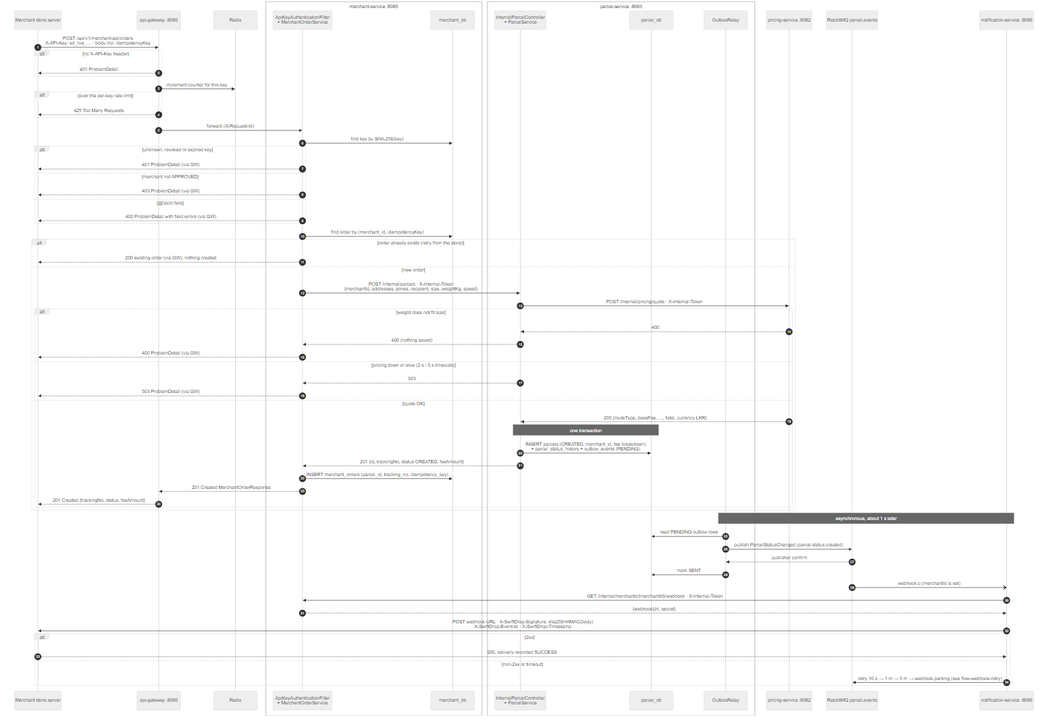
Earlier version of the Mermaid export docs/diagrams/sequence/seq-merchant-api-order.png (Sachintha-dilshan49/SwiftDrop). Its source is kept beside it as docs/diagrams/sequence/seq-merchant-api-order.mmd.
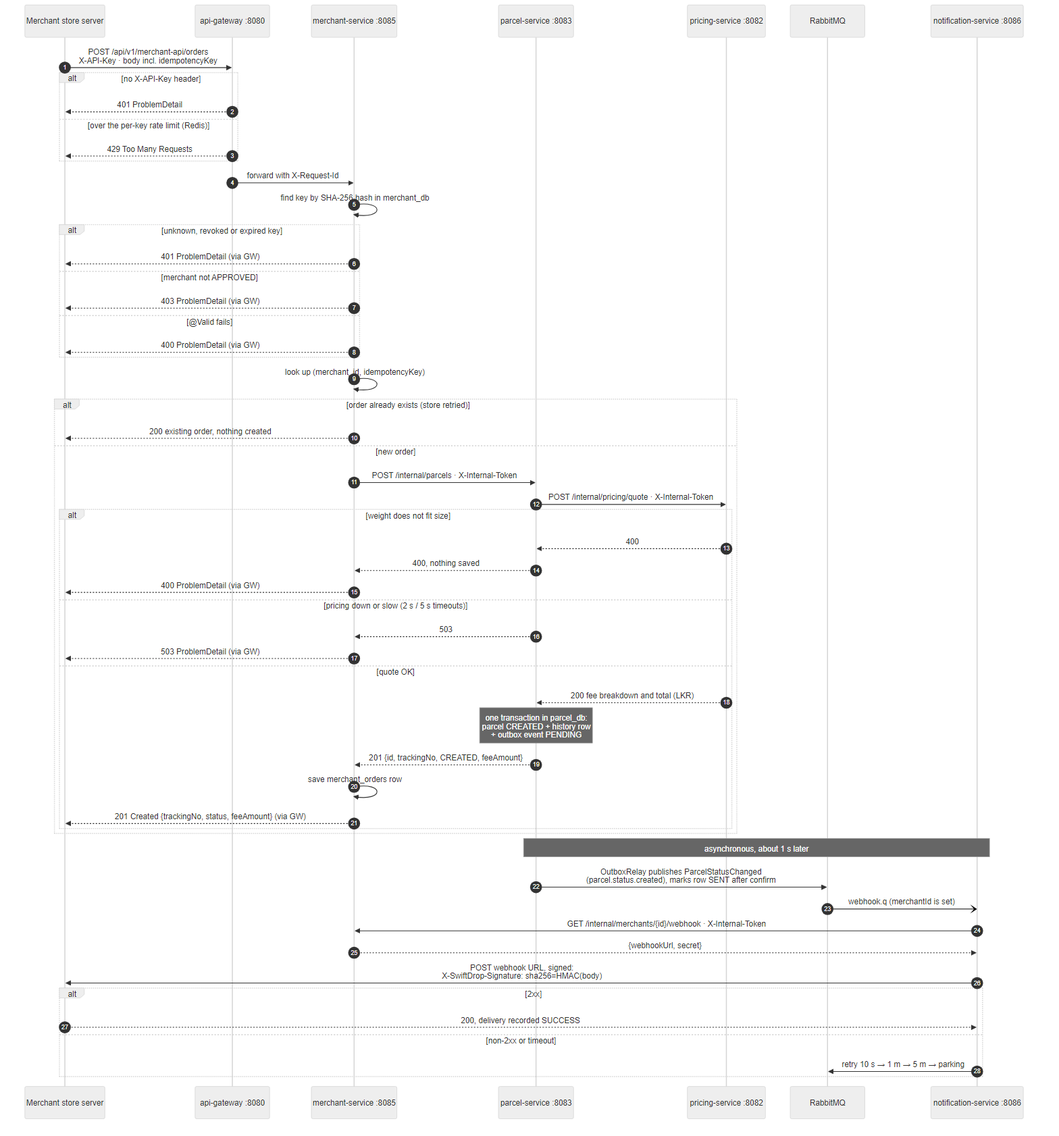
Above is the later version.

Commit message:
docs(diagrams): fix layout of diagrams after a visual check

What changed in the source:
```diff
@@ -2,72 +2,57 @@
     autonumber
     participant Store as Merchant store server
     participant GW as api-gateway :8080
-    participant Redis as Redis
-    box merchant-service :8085
-    participant MS as ApiKeyAuthenticationFilter<br/>+ MerchantOrderService
-    participant MDB as merchant_db
-    end
-    box parcel-service :8083
-    participant PS as InternalParcelController<br/>+ ParcelService
-    participant PDB as parcel_db
-    participant Relay as OutboxRelay
-    end
+    participant MS as merchant-service :8085
+    participant PS as parcel-service :8083
     participant PR as pricing-service :8082
-    participant MQ as RabbitMQ parcel.events
+    participant MQ as RabbitMQ
     participant NS as notification-service :8086
 
-    Store->>GW: POST /api/v1/merchant-api/orders<br/>X-API-Key: sd_live_… · body incl. idempotencyKey
+    Store->>GW: POST /api/v1/merchant-api/orders<br/>X-API-Key · body incl. idempotencyKey
     alt no X-API-Key header
         GW-->>Store: 401 ProblemDetail
-    end
-    GW->>Redis: increment counter for this key
-    alt over the per-key rate limit
+    else over the per-key rate limit (Redis)
         GW-->>Store: 429 Too Many Requests
     end
-    GW->>MS: forward (X-Request-Id)
-    MS->>MDB: find key by SHA-256(key)
+    GW->>MS: forward with X-Request-Id
+    MS->>MS: find key by SHA-256 hash in merchant_db
     alt unknown, revoked or expired key
         MS-->>Store: 401 ProblemDetail (via GW)
     else merchant not APPROVED
         MS-->>Store: 403 ProblemDetail (via GW)
     else @Valid fails
-        MS-->>Store: 400 ProblemDetail with field errors (via GW)
+        MS-->>Store: 400 ProblemDetail (via GW)
     end
-    MS->>MDB: find order by (merchant_id, idempotencyKey)
-    alt order already exists (retry from the store)
-        MS-->>Store: 200 existing order (via GW), nothing created
+    MS->>MS: look up (merchant_id, idempotencyKey)
+    alt order already exists (store retried)
+        MS-->>Store: 200 existing order, nothing created
     else new order
-        MS->>PS: POST /internal/parcels · X-Internal-Token<br/>{merchantId, addresses, zones, recipient, size, weightKg, speed}
+        MS->>PS: POST /internal/parcels · X-Internal-Token
         PS->>PR: POST /internal/pricing/quote · X-Internal-Token
         alt weight does not fit size
             PR-->>PS: 400
-            PS-->>MS: 400 (nothing saved)
+            PS-->>MS: 400, nothing saved
             MS-->>Store: 400 ProblemDetail (via GW)
         else pricing down or slow (2 s / 5 s timeouts)
             PS-->>MS: 503
             MS-->>Store: 503 ProblemDetail (via GW)
         else quote OK
-            PR-->>PS: 200 {routeType, baseFee, …, total, currency LKR}
-            Note over PS,PDB: one transaction
-            PS->>PDB: INSERT parcels (CREATED, merchant_id, fee breakdown)<br/>+ parcel_status_history + outbox_events (PENDING)
-            PS-->>MS: 201 {id, trackingNo, status CREATED, feeAmount}
-            MS->>MDB: INSERT merchant_orders (parcel_id, tracking_no, idempotency_key)
-            MS-->>GW: 201 Created MerchantOrderResponse
-            GW-->>Store: 201 Created {trackingNo, status, feeAmount}
+            PR-->>PS: 200 fee breakdown and total (LKR)
+            Note over PS: one transaction in parcel_db:<br/>parcel CREATED + history row<br/>+ outbox event PENDING
+            PS-->>MS: 201 {id, trackingNo, CREATED, feeAmount}
+            MS->>MS: save merchant_orders row
+            MS-->>Store: 201 Created {trackingNo, status, feeAmount} (via GW)
         end
     end
 
-    Note over Relay,NS: asynchronous, about 1 s later
-    Relay->>PDB: read PENDING outbox rows
-    Relay->>MQ: publish ParcelStatusChanged (parcel.status.created)
-    MQ-->>Relay: publisher confirm
-    Relay->>PDB: mark SENT
+    Note over PS,NS: asynchronous, about 1 s later
+    PS->>MQ: OutboxRelay publishes ParcelStatusChanged<br/>(parcel.status.created), marks row SENT after confirm
     MQ-)NS: webhook.q (merchantId is set)
-    NS->>MS: GET /internal/merchants/{merchantId}/webhook · X-Internal-Token
+    NS->>MS: GET /internal/merchants/{id}/webhook · X-Internal-Token
     MS-->>NS: {webhookUrl, secret}
-    NS->>Store: POST webhook URL · X-SwiftDrop-Signature: sha256=HMAC(body)<br/>X-SwiftDrop-Event-Id · X-SwiftDrop-Timestamp
+    NS->>Store: POST webhook URL, signed:<br/>X-SwiftDrop-Signature: sha256=HMAC(body)
     alt 2xx
         Store-->>NS: 200, delivery recorded SUCCESS
     else non-2xx or timeout
-        NS->>MQ: retry 10 s → 1 m → 5 m → webhook.parking (see flow-webhook-retry)
+        NS->>MQ: retry 10 s → 1 m → 5 m → parking
     end
```
